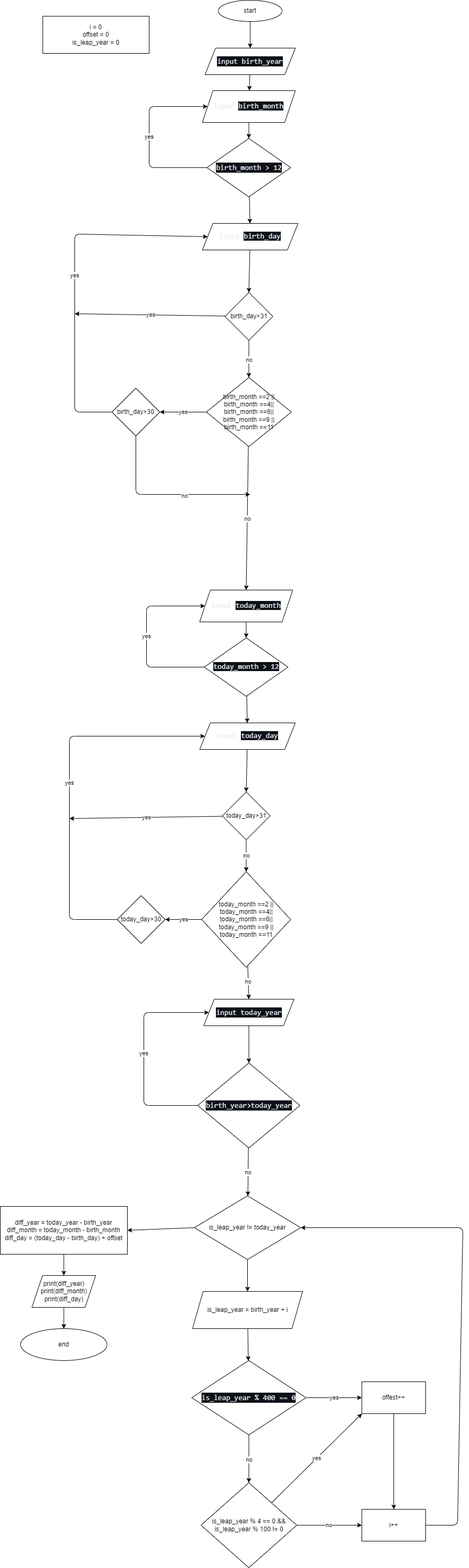
The draw.io diagram PF-Theory/theory_assignments/assign1/drawings/prob9.drawio.png in R4F4I/-24K0009-Rafay-Siddiqui, before a commit. Source tidied: cells renumbered, new cells last; positions are measured from the earlier drawing's top-left corner, leaving out a move shared by most shapes.
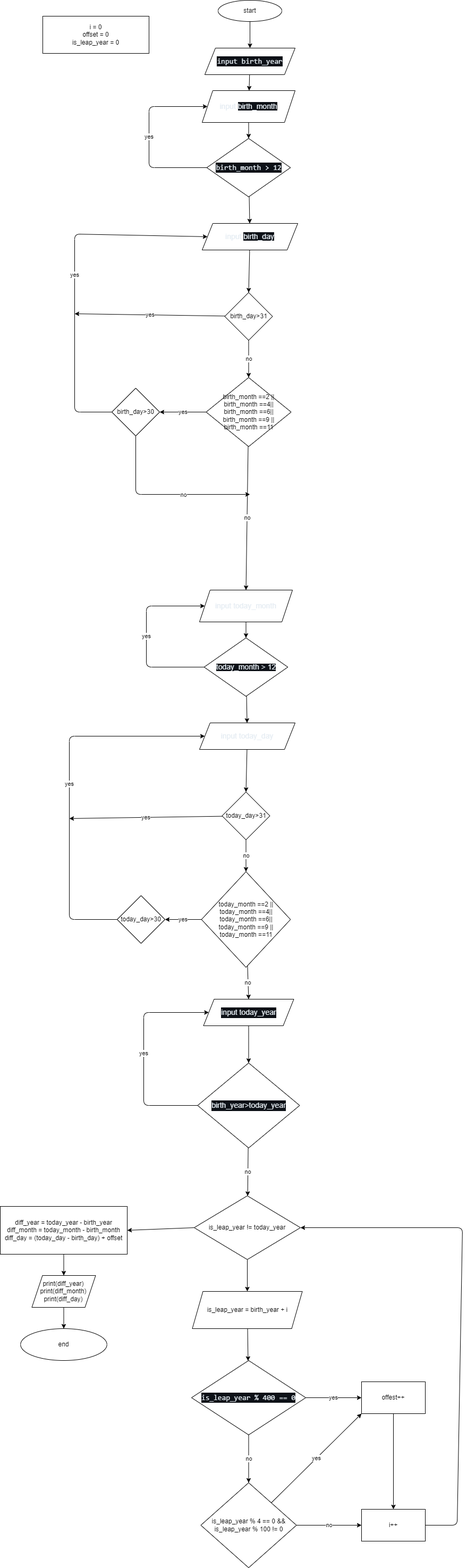
The same diagram one commit later.

Change to the diagram source:
```diff
@@ -31,13 +31,13 @@
     <mxCell id="9" style="edgeStyle=none;html=1;" parent="1" edge="1" source="10" target="8">
       <mxGeometry relative="1" as="geometry" />
     </mxCell>
-    <mxCell id="10" value="&lt;div style=&quot;color: rgb(230, 237, 243); font-family: Consolas, &amp;quot;Courier New&amp;quot;, monospace, Consolas, &amp;quot;Courier New&amp;quot;, monospace; font-size: 14px;&quot;&gt;input&amp;nbsp;&lt;span style=&quot;background-color: rgb(13, 17, 23);&quot;&gt;birth_month&lt;/span&gt;&lt;/div&gt;" style="shape=parallelogram;perimeter=parallelogramPerimeter;whiteSpace=wrap;html=1;fixedSize=1;" parent="1" vertex="1">
+    <mxCell id="10" value="&lt;div style=&quot;font-size: 14px;&quot;&gt;&lt;font color=&quot;#e6edf3&quot;&gt;input&amp;nbsp;&lt;span style=&quot;background-color: rgb(13, 17, 23);&quot;&gt;birth_month&lt;/span&gt;&lt;/font&gt;&lt;/div&gt;" style="shape=parallelogram;perimeter=parallelogramPerimeter;whiteSpace=wrap;html=1;fixedSize=1;" parent="1" vertex="1">
       <mxGeometry x="380" y="170" width="175" height="60" as="geometry" />
     </mxCell>
     <mxCell id="11" style="edgeStyle=none;html=1;entryX=0.5;entryY=0;entryDx=0;entryDy=0;" parent="1" edge="1" source="12" target="22">
       <mxGeometry relative="1" as="geometry" />
     </mxCell>
-    <mxCell id="12" value="&lt;span style=&quot;color: rgb(230, 237, 243); font-family: Consolas, &amp;quot;Courier New&amp;quot;, monospace, Consolas, &amp;quot;Courier New&amp;quot;, monospace; font-size: 14px;&quot;&gt;input&amp;nbsp;&lt;/span&gt;&lt;span style=&quot;background-color: rgb(13, 17, 23); color: rgb(230, 237, 243); font-family: Consolas, &amp;quot;Courier New&amp;quot;, monospace, Consolas, &amp;quot;Courier New&amp;quot;, monospace; font-size: 14px;&quot;&gt;birth_day&lt;/span&gt;" style="shape=parallelogram;perimeter=parallelogramPerimeter;whiteSpace=wrap;html=1;fixedSize=1;" parent="1" vertex="1">
+    <mxCell id="12" value="&lt;span style=&quot;color: rgb(230, 237, 243); font-size: 14px;&quot;&gt;input&amp;nbsp;&lt;/span&gt;&lt;span style=&quot;color: rgb(230, 237, 243); font-size: 14px; background-color: rgb(13, 17, 23);&quot;&gt;birth_day&lt;/span&gt;" style="shape=parallelogram;perimeter=parallelogramPerimeter;whiteSpace=wrap;html=1;fixedSize=1;" parent="1" vertex="1">
       <mxGeometry x="380" y="420" width="180" height="50" as="geometry" />
     </mxCell>
     <mxCell id="13" value="yes" style="edgeStyle=none;html=1;" parent="1" edge="1" source="15" target="19">
@@ -93,19 +93,19 @@
     <mxCell id="24" style="edgeStyle=none;html=1;" parent="1" edge="1" source="25" target="29">
       <mxGeometry relative="1" as="geometry" />
     </mxCell>
-    <mxCell id="25" value="&lt;span style=&quot;color: rgb(230, 237, 243); font-family: Consolas, &amp;quot;Courier New&amp;quot;, monospace, Consolas, &amp;quot;Courier New&amp;quot;, monospace; font-size: 14px; background-color: rgb(13, 17, 23);&quot;&gt;today_month&amp;nbsp;&lt;/span&gt;&lt;span style=&quot;background-color: rgb(13, 17, 23); color: rgb(230, 237, 243); font-family: Consolas, &amp;quot;Courier New&amp;quot;, monospace, Consolas, &amp;quot;Courier New&amp;quot;, monospace; font-size: 14px;&quot;&gt;&amp;gt; 12&lt;/span&gt;&lt;span style=&quot;color: rgb(230, 237, 243); font-family: Consolas, &amp;quot;Courier New&amp;quot;, monospace, Consolas, &amp;quot;Courier New&amp;quot;, monospace; font-size: 14px; background-color: rgb(13, 17, 23);&quot;&gt;&lt;br&gt;&lt;/span&gt;" style="rhombus;whiteSpace=wrap;html=1;" parent="1" vertex="1">
+    <mxCell id="25" value="&lt;span style=&quot;background-color: rgb(13, 17, 23);&quot;&gt;&lt;font color=&quot;#e6edf3&quot;&gt;&lt;span style=&quot;font-size: 14px;&quot;&gt;today_month &amp;gt; 12&lt;/span&gt;&lt;/font&gt;&lt;br&gt;&lt;/span&gt;" style="rhombus;whiteSpace=wrap;html=1;" parent="1" vertex="1">
       <mxGeometry x="383.8" y="1200" width="157.5" height="110" as="geometry" />
     </mxCell>
     <mxCell id="26" style="edgeStyle=none;html=1;" parent="1" edge="1" source="27" target="25">
       <mxGeometry relative="1" as="geometry" />
     </mxCell>
-    <mxCell id="27" value="&lt;div style=&quot;color: rgb(230, 237, 243); font-family: Consolas, &amp;quot;Courier New&amp;quot;, monospace, Consolas, &amp;quot;Courier New&amp;quot;, monospace; font-size: 14px;&quot;&gt;input&amp;nbsp;&lt;span style=&quot;background-color: rgb(13, 17, 23);&quot;&gt;today_month&lt;/span&gt;&lt;/div&gt;" style="shape=parallelogram;perimeter=parallelogramPerimeter;whiteSpace=wrap;html=1;fixedSize=1;" parent="1" vertex="1">
+    <mxCell id="27" value="&lt;div style=&quot;&quot;&gt;&lt;font color=&quot;#e6edf3&quot;&gt;&lt;span style=&quot;font-size: 14px;&quot;&gt;input today_month&lt;/span&gt;&lt;/font&gt;&lt;br&gt;&lt;/div&gt;" style="shape=parallelogram;perimeter=parallelogramPerimeter;whiteSpace=wrap;html=1;fixedSize=1;" parent="1" vertex="1">
       <mxGeometry x="375" y="1110" width="175" height="60" as="geometry" />
     </mxCell>
     <mxCell id="28" style="edgeStyle=none;html=1;entryX=0.5;entryY=0;entryDx=0;entryDy=0;" parent="1" edge="1" source="29" target="37">
       <mxGeometry relative="1" as="geometry" />
     </mxCell>
-    <mxCell id="29" value="&lt;span style=&quot;color: rgb(230, 237, 243); font-family: Consolas, &amp;quot;Courier New&amp;quot;, monospace, Consolas, &amp;quot;Courier New&amp;quot;, monospace; font-size: 14px;&quot;&gt;input&amp;nbsp;&lt;/span&gt;&lt;span style=&quot;background-color: rgb(13, 17, 23); color: rgb(230, 237, 243); font-family: Consolas, &amp;quot;Courier New&amp;quot;, monospace, Consolas, &amp;quot;Courier New&amp;quot;, monospace; font-size: 14px;&quot;&gt;today_day&lt;/span&gt;" style="shape=parallelogram;perimeter=parallelogramPerimeter;whiteSpace=wrap;html=1;fixedSize=1;" parent="1" vertex="1">
+    <mxCell id="29" value="&lt;font color=&quot;#e6edf3&quot;&gt;&lt;span style=&quot;font-size: 14px;&quot;&gt;input today_day&lt;/span&gt;&lt;/font&gt;" style="shape=parallelogram;perimeter=parallelogramPerimeter;whiteSpace=wrap;html=1;fixedSize=1;" parent="1" vertex="1">
       <mxGeometry x="375" y="1360" width="180" height="50" as="geometry" />
     </mxCell>
     <mxCell id="30" value="yes" style="edgeStyle=none;html=1;" parent="1" edge="1" source="32" target="34">
@@ -142,7 +142,7 @@
     <mxCell id="38" style="edgeStyle=none;html=1;" parent="1" edge="1" source="39" target="42">
       <mxGeometry relative="1" as="geometry" />
     </mxCell>
-    <mxCell id="39" value="&lt;div style=&quot;color: rgb(230, 237, 243); background-color: rgb(13, 17, 23); font-family: Consolas, &amp;quot;Courier New&amp;quot;, monospace, Consolas, &amp;quot;Courier New&amp;quot;, monospace; font-size: 14px; line-height: 19px;&quot;&gt;&lt;div&gt;input&amp;nbsp;&lt;span style=&quot;&quot;&gt;today_year&lt;/span&gt;&lt;/div&gt;&lt;/div&gt;" style="shape=parallelogram;perimeter=parallelogramPerimeter;whiteSpace=wrap;html=1;fixedSize=1;" parent="1" vertex="1">
+    <mxCell id="39" value="&lt;div style=&quot;background-color: rgb(13, 17, 23); line-height: 19px;&quot;&gt;&lt;font color=&quot;#e6edf3&quot;&gt;&lt;span style=&quot;font-size: 14px;&quot;&gt;input today_year&lt;/span&gt;&lt;/font&gt;&lt;br&gt;&lt;/div&gt;" style="shape=parallelogram;perimeter=parallelogramPerimeter;whiteSpace=wrap;html=1;fixedSize=1;" parent="1" vertex="1">
       <mxGeometry x="382.5" y="1880" width="170" height="50" as="geometry" />
     </mxCell>
     <mxCell id="40" value="yes" style="edgeStyle=none;html=1;entryX=0;entryY=0.5;entryDx=0;entryDy=0;" parent="1" edge="1" source="42" target="39">
@@ -156,7 +156,7 @@
     <mxCell id="41" value="no" style="edgeStyle=none;html=1;" parent="1" edge="1" source="42" target="45">
       <mxGeometry relative="1" as="geometry" />
     </mxCell>
-    <mxCell id="42" value="&lt;div style=&quot;color: rgb(230, 237, 243); background-color: rgb(13, 17, 23); font-family: Consolas, &amp;quot;Courier New&amp;quot;, monospace, Consolas, &amp;quot;Courier New&amp;quot;, monospace; font-size: 14px; line-height: 19px;&quot;&gt;birth_year&amp;gt;today_year&lt;/div&gt;" style="rhombus;whiteSpace=wrap;html=1;" parent="1" vertex="1">
+    <mxCell id="42" value="&lt;div style=&quot;background-color: rgb(13, 17, 23); line-height: 19px;&quot;&gt;&lt;font color=&quot;#e6edf3&quot;&gt;&lt;span style=&quot;font-size: 14px;&quot;&gt;birth_year&amp;gt;today_year&lt;/span&gt;&lt;/font&gt;&lt;br&gt;&lt;/div&gt;" style="rhombus;whiteSpace=wrap;html=1;" parent="1" vertex="1">
       <mxGeometry x="371.5" y="2000" width="192" height="160" as="geometry" />
     </mxCell>
     <mxCell id="43" style="edgeStyle=none;html=1;" parent="1" edge="1" source="45" target="48">
```
